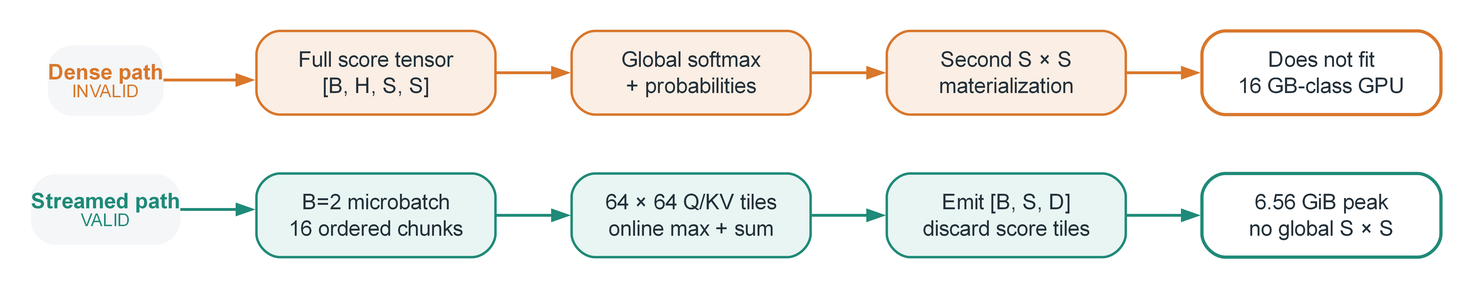
Above: docs/technical_report/figures/shape14_streaming.png in Wendystar0628/ML-Guided-Program-Search-for-Shape-Specialized-Transformer-Optimization (Graphviz), before the change. Its source is kept beside it as docs/technical_report/figures/diagrams/shape14_streaming.dot.
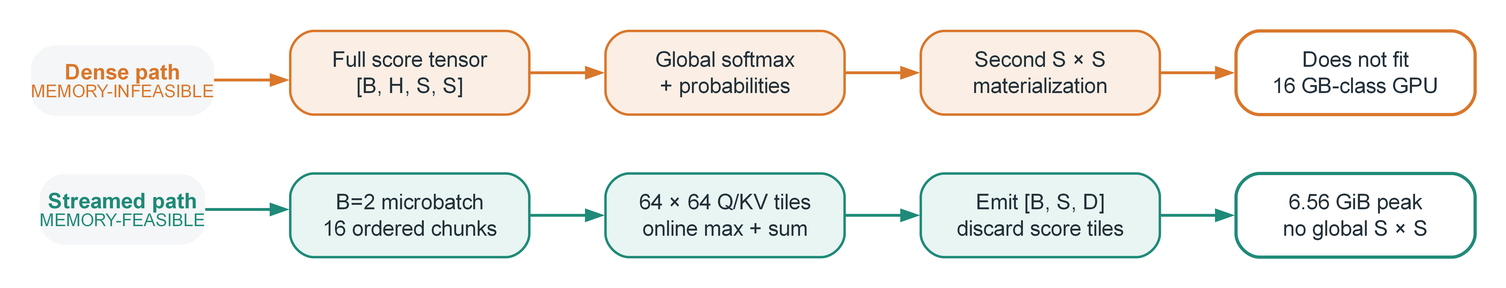
The same diagram one commit later.

Change to the diagram source:
```diff
@@ -36,7 +36,7 @@
         shape=plaintext,
         width=0,
         margin=0,
-        label=<<B>Dense path</B><BR/><FONT POINT-SIZE="9">INVALID</FONT>>,
+        label=<<B>Dense path</B><BR/><FONT POINT-SIZE="9">MEMORY-INFEASIBLE</FONT>>,
         fontcolor="#D9772B"
     ];
 
@@ -44,7 +44,7 @@
         shape=plaintext,
         width=0,
         margin=0,
-        label=<<B>Streamed path</B><BR/><FONT POINT-SIZE="9">VALID</FONT>>,
+        label=<<B>Streamed path</B><BR/><FONT POINT-SIZE="9">MEMORY-FEASIBLE</FONT>>,
         fontcolor="#1F8A78"
     ];
 
```
